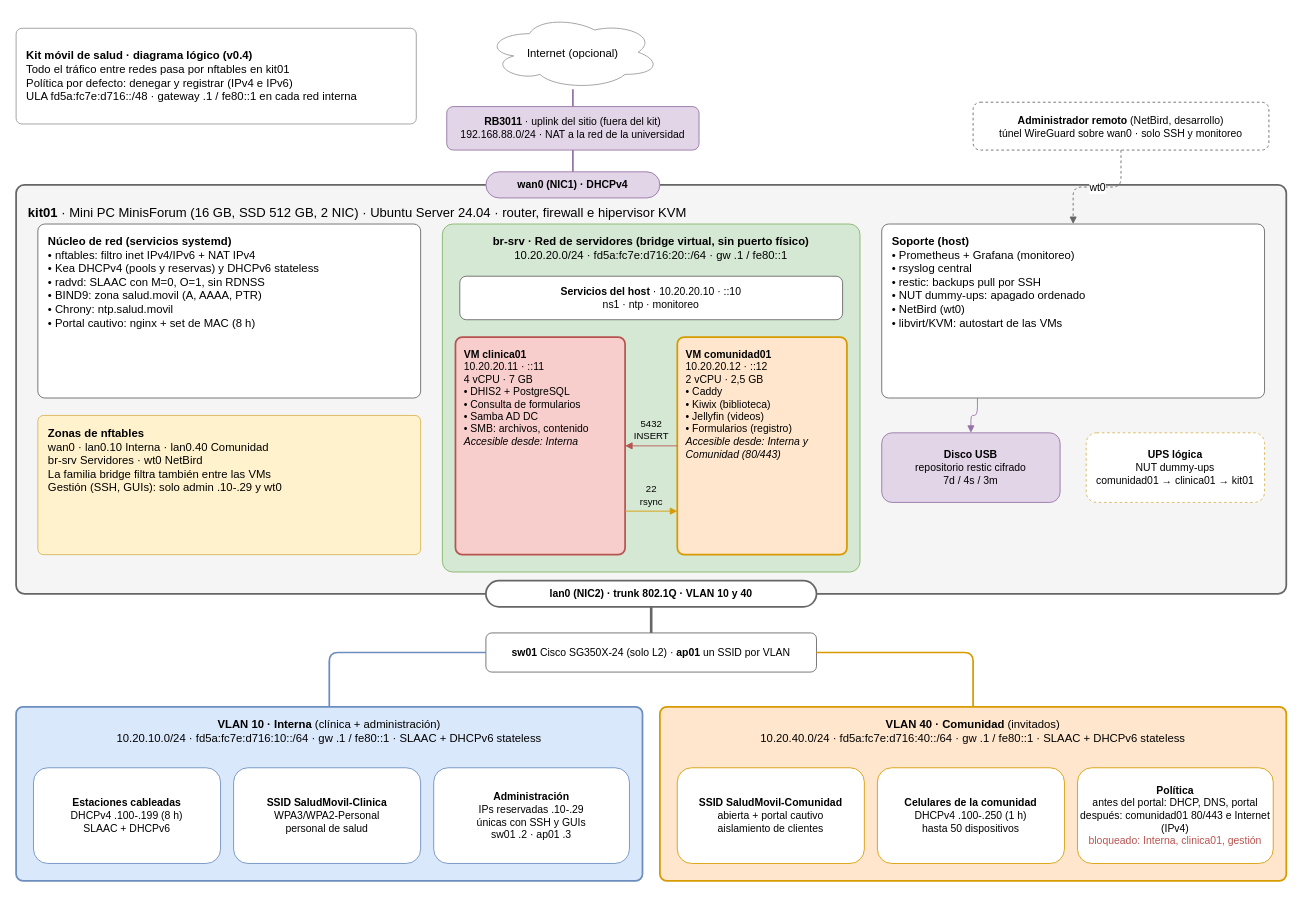
This is diagramas/diagrama-logico.drawio from kitsalud-movil-plats1/docs, a draw.io file, before an edit. Source tidied: cells renumbered, new cells numbered last; positions are measured from the earlier drawing's top-left corner, leaving out a move shared by most shapes. Both pictures are drawn from the tidied source at 87%, with x=0, y=0 at pixel (16, 15).
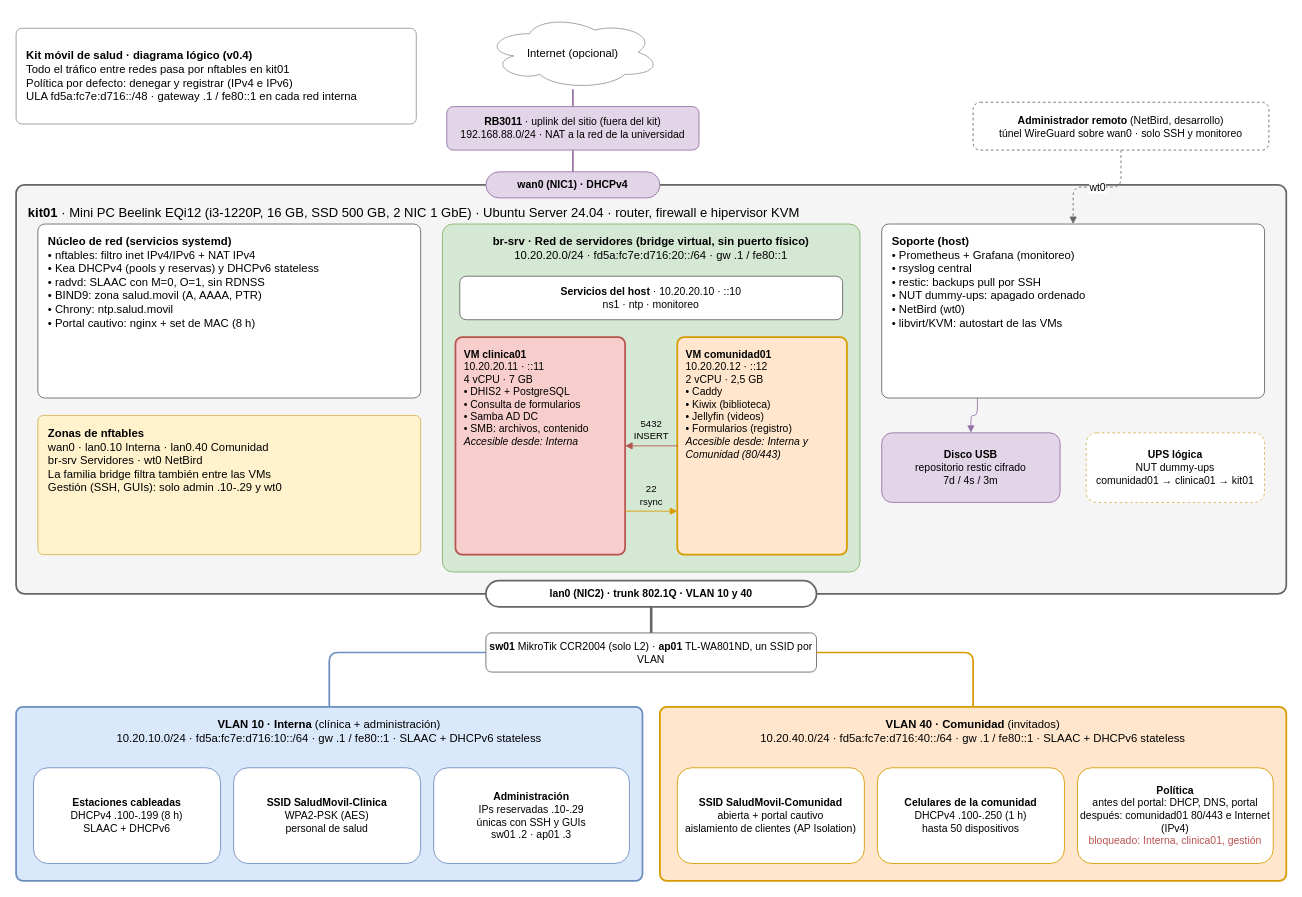
Above is the later version.

Diff of the diagram source:
```diff
@@
-    <mxCell id="6" value="&lt;b&gt;kit01&lt;/b&gt; · Mini PC MinisForum (16 GB, SSD 512 GB, 2 NIC) · Ubuntu Server 24.04 · router, firewall e hipervisor KVM" style="rounded=1;arcSize=2;whiteSpace=wrap;html=1;fillColor=#f5f5f5;strokeColor=#666666;verticalAlign=top;align=left;spacingLeft=12;spacingTop=16;fontSize=15;strokeWidth=2;" parent="1" vertex="1">
+    <mxCell id="6" value="&lt;b&gt;kit01&lt;/b&gt; · Mini PC Beelink EQi12 (i3-1220P, 16 GB, SSD 500 GB, 2 NIC 1 GbE) · Ubuntu Server 24.04 · router, firewall e hipervisor KVM" style="rounded=1;arcSize=2;whiteSpace=wrap;html=1;fillColor=#f5f5f5;strokeColor=#666666;verticalAlign=top;align=left;spacingLeft=12;spacingTop=16;fontSize=15;strokeWidth=2;" parent="1" vertex="1">
       <mxGeometry y="195" width="1460" height="470" as="geometry" />
     </mxCell>
@@
-    <mxCell id="24" value="&lt;b&gt;sw01&lt;/b&gt; Cisco SG350X-24 (solo L2) · &lt;b&gt;ap01&lt;/b&gt; un SSID por VLAN" style="rounded=1;whiteSpace=wrap;html=1;fillColor=#FFFFFF;strokeColor=#666666;fontSize=12;" parent="1" vertex="1">
+    <mxCell id="24" value="&lt;b&gt;sw01&lt;/b&gt; MikroTik CCR2004 (solo L2) · &lt;b&gt;ap01&lt;/b&gt; TL-WA801ND, un SSID por VLAN" style="rounded=1;whiteSpace=wrap;html=1;fillColor=#FFFFFF;strokeColor=#666666;fontSize=12;" parent="1" vertex="1">
       <mxGeometry x="540" y="710" width="380" height="45" as="geometry" />
     </mxCell>
@@
-    <mxCell id="28" value="&lt;b&gt;SSID SaludMovil-Clinica&lt;/b&gt;&lt;br&gt;WPA3/WPA2-Personal&lt;br&gt;personal de salud" style="rounded=1;whiteSpace=wrap;html=1;fillColor=#FFFFFF;strokeColor=#6c8ebf;fontSize=12;" parent="1" vertex="1">
+    <mxCell id="28" value="&lt;b&gt;SSID SaludMovil-Clinica&lt;/b&gt;&lt;br&gt;WPA2-PSK (AES)&lt;br&gt;personal de salud" style="rounded=1;whiteSpace=wrap;html=1;fillColor=#FFFFFF;strokeColor=#6c8ebf;fontSize=12;" parent="1" vertex="1">
       <mxGeometry x="250" y="865" width="215" height="110" as="geometry" />
     </mxCell>
@@
-    <mxCell id="31" value="&lt;b&gt;SSID SaludMovil-Comunidad&lt;/b&gt;&lt;br&gt;abierta + portal cautivo&lt;br&gt;aislamiento de clientes" style="rounded=1;whiteSpace=wrap;html=1;fillColor=#FFFFFF;strokeColor=#d79b00;fontSize=12;" parent="1" vertex="1">
+    <mxCell id="31" value="&lt;b&gt;SSID SaludMovil-Comunidad&lt;/b&gt;&lt;br&gt;abierta + portal cautivo&lt;br&gt;aislamiento de clientes (AP Isolation)" style="rounded=1;whiteSpace=wrap;html=1;fillColor=#FFFFFF;strokeColor=#d79b00;fontSize=12;" parent="1" vertex="1">
       <mxGeometry x="760" y="865" width="215" height="110" as="geometry" />
     </mxCell>
```
